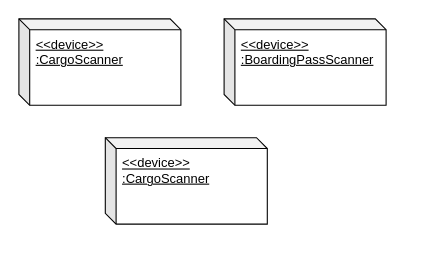
oskarbreindahl/Softwarebyggehygge keeps this draw.io diagram as Diagrams/deployment[allocation].drawio. Above is the earlier version. Source tidied: cells renumbered, new cells numbered last; positions are measured from the earlier drawing's top-left corner, leaving out a move shared by most shapes. Both pictures are drawn from the tidied source at 108%, with x=0, y=0 at pixel (18, 18).
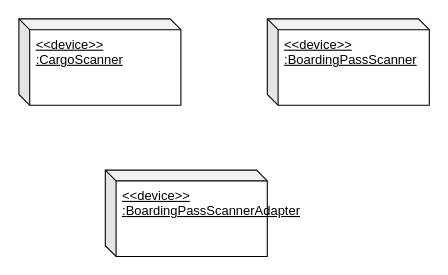
The same diagram, later.

The edit, as a diff of the source:
```diff
@@
 <mxGraphModel>
   <root>
     <mxCell id="0" />
     <mxCell id="1" parent="0" />
     <mxCell id="2" value="&amp;lt;&amp;lt;device&amp;gt;&amp;gt;&lt;br&gt;:CargoScanner" style="shape=cube;whiteSpace=wrap;html=1;boundedLbl=1;backgroundOutline=1;darkOpacity=0.05;darkOpacity2=0.1;size=10;align=left;fontStyle=4;verticalAlign=top;spacingLeft=4;" parent="1" vertex="1">
       <mxGeometry width="150" height="80" as="geometry" />
     </mxCell>
     <mxCell id="3" value="&amp;lt;&amp;lt;device&amp;gt;&amp;gt;&lt;br&gt;:BoardingPassScanner" style="shape=cube;whiteSpace=wrap;html=1;boundedLbl=1;backgroundOutline=1;darkOpacity=0.05;darkOpacity2=0.1;size=10;align=left;fontStyle=4;verticalAlign=top;spacingLeft=4;" parent="1" vertex="1">
-      <mxGeometry x="190" width="150" height="80" as="geometry" />
+      <mxGeometry x="230" width="150" height="80" as="geometry" />
     </mxCell>
-    <mxCell id="4" value="&amp;lt;&amp;lt;device&amp;gt;&amp;gt;&lt;br&gt;:CargoScanner" style="shape=cube;whiteSpace=wrap;html=1;boundedLbl=1;backgroundOutline=1;darkOpacity=0.05;darkOpacity2=0.1;size=10;align=left;fontStyle=4;verticalAlign=top;spacingLeft=4;" parent="1" vertex="1">
-      <mxGeometry x="80" y="110" width="150" height="80" as="geometry" />
+    <mxCell id="4" value="&amp;lt;&amp;lt;device&amp;gt;&amp;gt;&lt;br&gt;:BoardingPassScannerAdapter" style="shape=cube;whiteSpace=wrap;html=1;boundedLbl=1;backgroundOutline=1;darkOpacity=0.05;darkOpacity2=0.1;size=10;align=left;fontStyle=4;verticalAlign=top;spacingLeft=4;" parent="1" vertex="1">
+      <mxGeometry x="80" y="140" width="150" height="80" as="geometry" />
     </mxCell>
   </root>
 </mxGraphModel>
```
